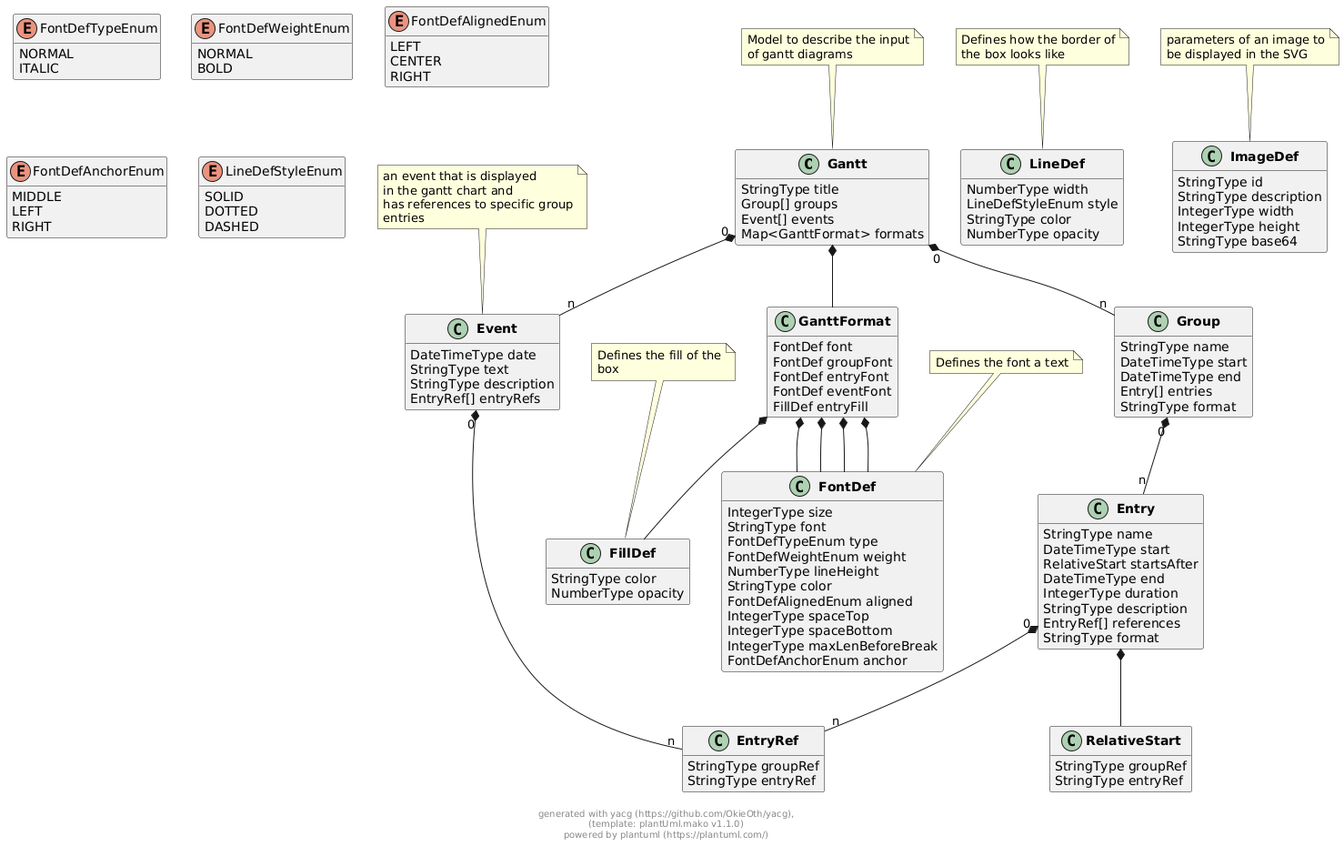
The PlantUML diagram docs/models/png/gantt.png in OkieOth/draw.chart.things, before a commit.
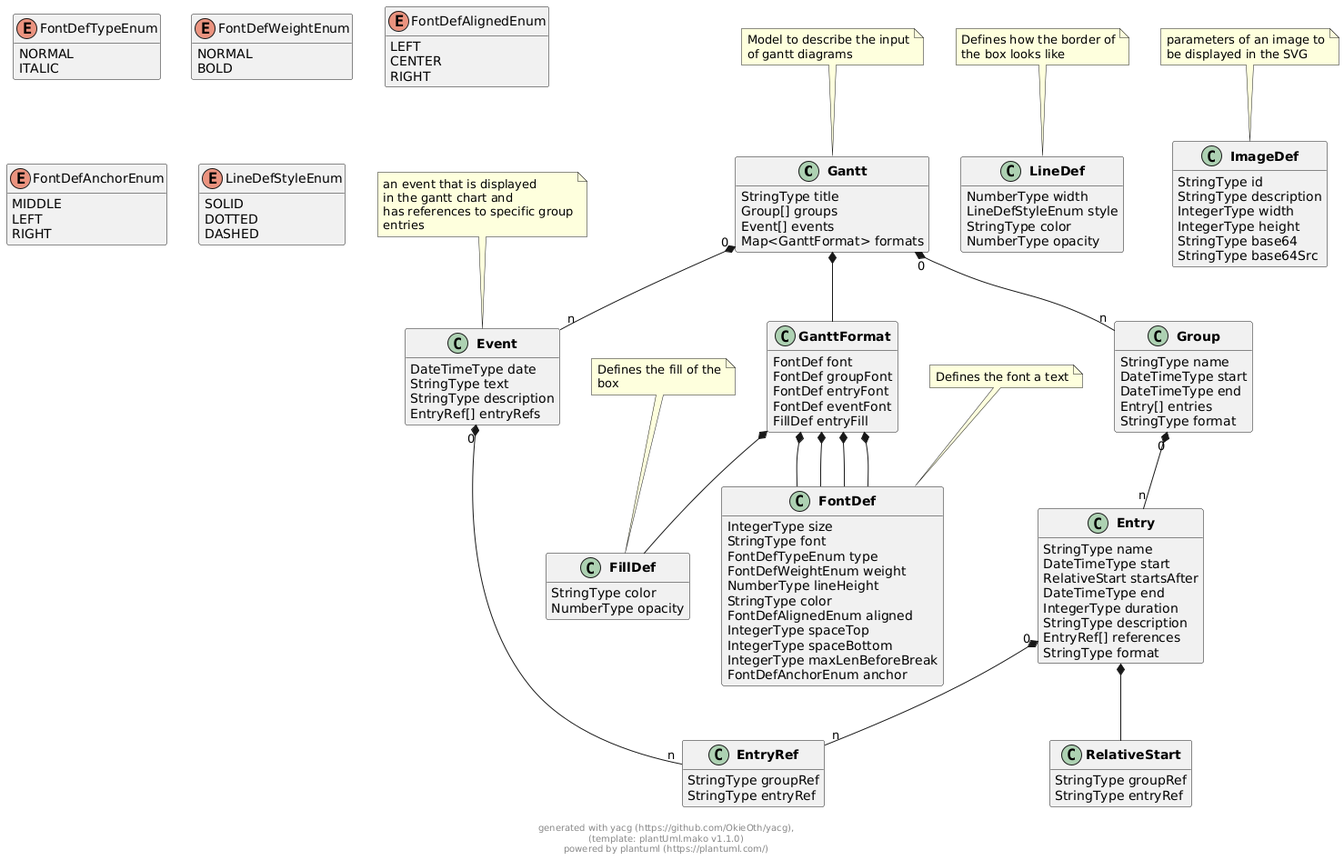
Later version of the same file.

What changed in the source:
```diff
@@ -140,6 +140,7 @@
         IntegerType width
         IntegerType height
         StringType base64
+        StringType base64Src
 }
 note top: parameters of an image to\nbe displayed in the SVG
 
@@ -228,5 +229,6 @@
 
 
 
+
 footer \ngenerated with yacg (https://github.com/OkieOth/yacg),\n(template: plantUml.mako v1.1.0)\npowered by plantuml (https://plantuml.com/)
 @enduml
```
